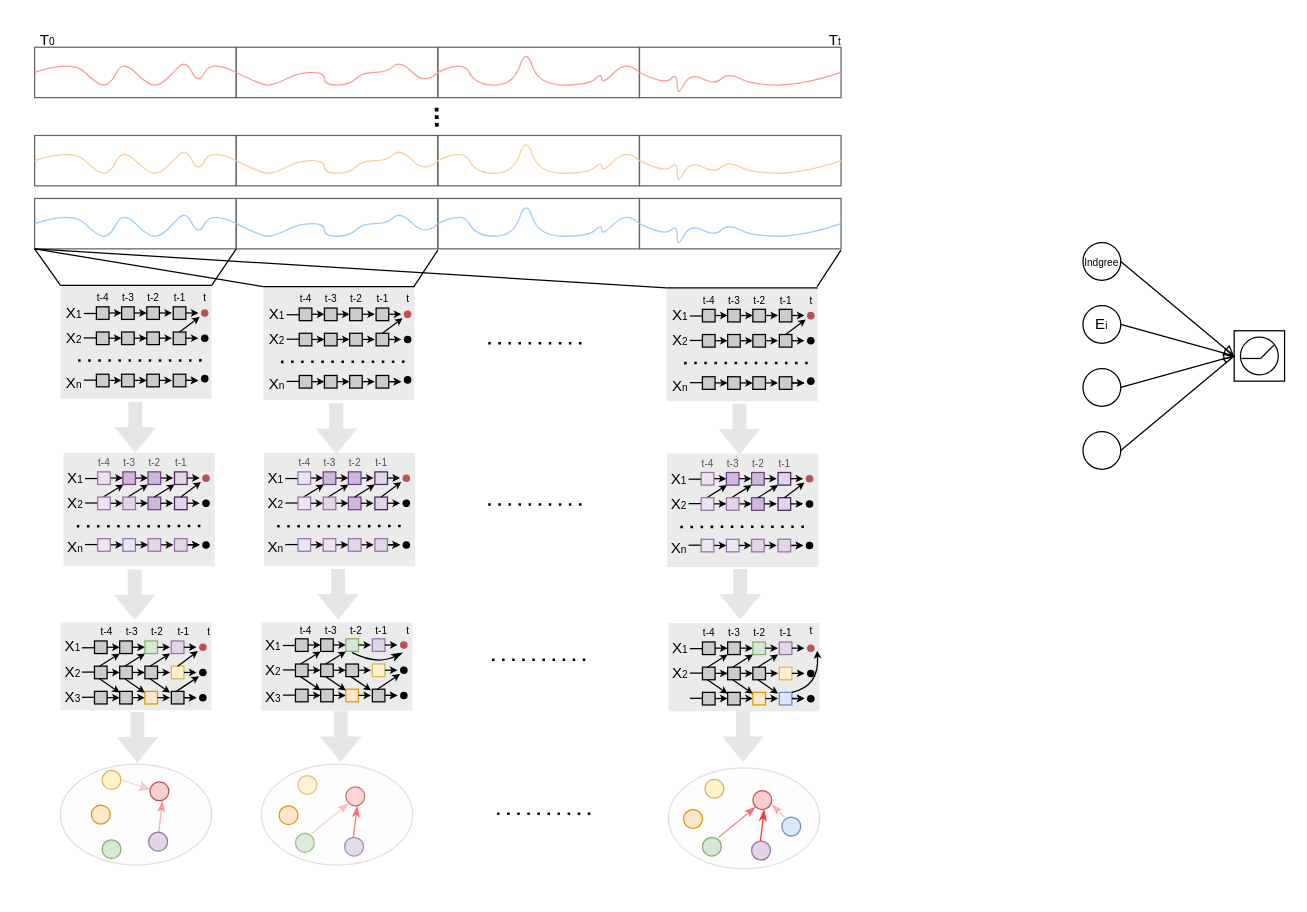
Earlier version of the draw.io diagram Causal.drawio (hzb29/hzb29). Source tidied: cells renumbered, new cells numbered last; positions are measured from the earlier drawing's top-left corner, leaving out a move shared by most shapes. Both pictures are drawn from the tidied source at 126%, with x=0, y=0 at pixel (21, 21).
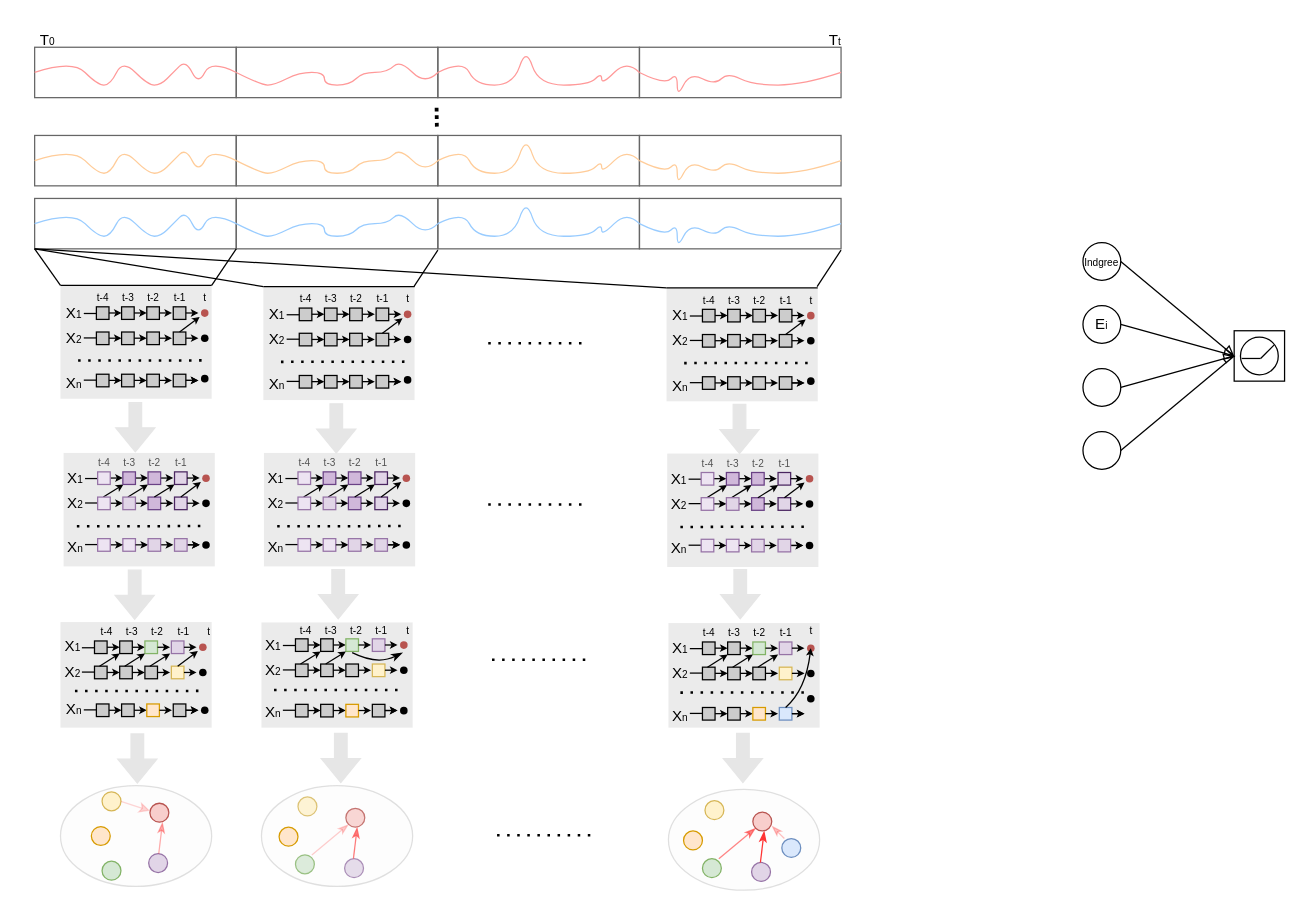
The same page after the edit.

The change refers to these unchanged cells:
```xml
<mxCell id="137" style="shape=waypoint;sketch=0;size=6;points=[];fillColor=#f8cecc;perimeter=centerPerimeter;snapToPoint=1;strokeColor=#b85450;" parent="1" vertex="1">
  <mxGeometry x="616" y="487" width="20" height="20" as="geometry" />
</mxCell>
```

Change to the diagram source:
```diff
@@
     <mxCell id="10" style="rounded=0;whiteSpace=wrap;html=1;strokeColor=none;fillColor=#CCCCCC;gradientColor=none;gradientDirection=north;opacity=40;" parent="1" vertex="1">
-      <mxGeometry x="30.5" y="476.2" width="120" height="70" as="geometry" />
+      <mxGeometry x="30.5" y="476.2" width="120" height="83.8" as="geometry" />
     </mxCell>
@@
     <mxCell id="17" style="rounded=0;whiteSpace=wrap;html=1;fillColor=#CCCCCC;" parent="1" vertex="1">
-      <mxGeometry x="57.5" y="531.2" width="10" height="10" as="geometry" />
+      <mxGeometry x="59" y="541.2" width="10" height="10" as="geometry" />
     </mxCell>
     <mxCell id="18" style="rounded=0;whiteSpace=wrap;html=1;fillColor=#CCCCCC;" parent="1" vertex="1">
-      <mxGeometry x="77.5" y="531.2" width="10" height="10" as="geometry" />
+      <mxGeometry x="79" y="541.2" width="10" height="10" as="geometry" />
     </mxCell>
     <mxCell id="19" style="rounded=0;whiteSpace=wrap;html=1;fillColor=#CCCCCC;strokeColor=#000000;" parent="1" vertex="1">
-      <mxGeometry x="118.5" y="531.2" width="10" height="10" as="geometry" />
+      <mxGeometry x="120" y="541.2" width="10" height="10" as="geometry" />
     </mxCell>
@@
     <mxCell id="22" style="endArrow=classic;html=1;rounded=0;endSize=3;startSize=3;" parent="1" edge="1">
       <mxGeometry relative="1" as="geometry">
-        <mxPoint x="128.5" y="536.2" as="sourcePoint" />
-        <mxPoint x="138.5" y="536.2" as="targetPoint" />
+        <mxPoint x="130" y="546.2" as="sourcePoint" />
+        <mxPoint x="140" y="546.2" as="targetPoint" />
       </mxGeometry>
     </mxCell>
@@
     <mxCell id="27" style="endArrow=classic;html=1;rounded=0;endSize=3;startSize=3;" parent="1" edge="1">
       <mxGeometry relative="1" as="geometry">
-        <mxPoint x="87.5" y="536.2" as="sourcePoint" />
-        <mxPoint x="97.5" y="536.2" as="targetPoint" />
+        <mxPoint x="89" y="546.2" as="sourcePoint" />
+        <mxPoint x="99" y="546.2" as="targetPoint" />
       </mxGeometry>
     </mxCell>
     <mxCell id="28" style="endArrow=classic;html=1;rounded=0;endSize=3;startSize=3;" parent="1" edge="1">
       <mxGeometry relative="1" as="geometry">
-        <mxPoint x="67.5" y="536.2" as="sourcePoint" />
-        <mxPoint x="77.5" y="536.2" as="targetPoint" />
+        <mxPoint x="69" y="546.2" as="sourcePoint" />
+        <mxPoint x="79" y="546.2" as="targetPoint" />
       </mxGeometry>
     </mxCell>
     <mxCell id="29" style="endArrow=classic;html=1;rounded=0;endSize=3;startSize=3;" parent="1" edge="1">
       <mxGeometry relative="1" as="geometry">
-        <mxPoint x="128.5" y="536.2" as="sourcePoint" />
-        <mxPoint x="138.5" y="536.2" as="targetPoint" />
+        <mxPoint x="130" y="546.2" as="sourcePoint" />
+        <mxPoint x="140" y="546.2" as="targetPoint" />
       </mxGeometry>
     </mxCell>
@@
     <mxCell id="36" style="rounded=0;whiteSpace=wrap;html=1;fillColor=#ffe6cc;strokeColor=#d79b00;" parent="1" vertex="1">
-      <mxGeometry x="97.5" y="531.2" width="10" height="10" as="geometry" />
+      <mxGeometry x="99" y="541.2" width="10" height="10" as="geometry" />
     </mxCell>
@@
     <mxCell id="39" style="endArrow=classic;html=1;rounded=0;endSize=3;startSize=3;" parent="1" edge="1">
       <mxGeometry relative="1" as="geometry">
-        <mxPoint x="107.5" y="536.2" as="sourcePoint" />
-        <mxPoint x="117.5" y="536.2" as="targetPoint" />
+        <mxPoint x="109" y="546.2" as="sourcePoint" />
+        <mxPoint x="119" y="546.2" as="targetPoint" />
       </mxGeometry>
     </mxCell>
@@
-    <mxCell id="42" value="X&lt;font style=&quot;font-size: 8px;&quot;&gt;3&lt;/font&gt;" style="text;html=1;align=center;verticalAlign=middle;strokeColor=none;fillColor=none;" parent="1" vertex="1">
-      <mxGeometry x="19.5" y="521.2" width="40" height="30" as="geometry" />
+    <mxCell id="42" value="X&lt;span style=&quot;font-size: 8px;&quot;&gt;n&lt;/span&gt;" style="text;html=1;align=center;verticalAlign=middle;strokeColor=none;fillColor=none;" parent="1" vertex="1">
+      <mxGeometry x="21" y="531.2" width="40" height="30" as="geometry" />
     </mxCell>
@@
     <mxCell id="49" style="shape=waypoint;sketch=0;size=6;fillColor=none;perimeter=centerPerimeter;" parent="1" vertex="1">
-      <mxGeometry x="133.5" y="526.2" width="20" height="20" as="geometry" />
+      <mxGeometry x="135" y="536.2" width="20" height="20" as="geometry" />
     </mxCell>
@@
     <mxCell id="52" style="endArrow=none;html=1;rounded=0;" parent="1" edge="1">
       <mxGeometry relative="1" as="geometry">
-        <mxPoint x="47.5" y="535.9" as="sourcePoint" />
-        <mxPoint x="57.5" y="535.9" as="targetPoint" />
+        <mxPoint x="49" y="545.9" as="sourcePoint" />
+        <mxPoint x="59" y="545.9" as="targetPoint" />
       </mxGeometry>
     </mxCell>
@@
-    <mxCell id="68" style="endArrow=classic;html=1;rounded=0;endSize=3;startSize=3;exitX=0.5;exitY=0;exitDx=0;exitDy=0;" parent="1" edge="1">
-      <mxGeometry relative="1" as="geometry">
-        <mxPoint x="61.5" y="521.2" as="sourcePoint" />
-        <mxPoint x="77.5" y="532.2" as="targetPoint" />
-      </mxGeometry>
-    </mxCell>
-    <mxCell id="69" style="endArrow=classic;html=1;rounded=0;endSize=3;startSize=3;exitX=0.5;exitY=0;exitDx=0;exitDy=0;" parent="1" edge="1">
-      <mxGeometry relative="1" as="geometry">
-        <mxPoint x="81.5" y="521.2" as="sourcePoint" />
-        <mxPoint x="97.5" y="532.2" as="targetPoint" />
-      </mxGeometry>
-    </mxCell>
-    <mxCell id="70" style="endArrow=classic;html=1;rounded=0;endSize=3;startSize=3;exitX=0.5;exitY=0;exitDx=0;exitDy=0;" parent="1" edge="1">
-      <mxGeometry relative="1" as="geometry">
-        <mxPoint x="101.5" y="521.2" as="sourcePoint" />
-        <mxPoint x="117.5" y="532.2" as="targetPoint" />
-      </mxGeometry>
-    </mxCell>
-    <mxCell id="71" style="endArrow=classic;html=1;rounded=0;endSize=3;startSize=3;exitX=0.5;exitY=0;exitDx=0;exitDy=0;" parent="1" edge="1">
-      <mxGeometry relative="1" as="geometry">
-        <mxPoint x="122.5" y="531.2" as="sourcePoint" />
-        <mxPoint x="140.5" y="519.2" as="targetPoint" />
-      </mxGeometry>
-    </mxCell>
     <mxCell id="72" style="rounded=0;whiteSpace=wrap;html=1;strokeColor=none;fillColor=#CCCCCC;gradientColor=none;gradientDirection=north;opacity=40;" parent="1" vertex="1">
-      <mxGeometry x="190" y="476.5" width="120" height="70" as="geometry" />
+      <mxGeometry x="190" y="476.5" width="120" height="83.5" as="geometry" />
     </mxCell>
@@
     <mxCell id="79" style="rounded=0;whiteSpace=wrap;html=1;fillColor=#CCCCCC;" parent="1" vertex="1">
-      <mxGeometry x="217" y="529.5" width="10" height="10" as="geometry" />
+      <mxGeometry x="217" y="541.5" width="10" height="10" as="geometry" />
     </mxCell>
     <mxCell id="80" style="rounded=0;whiteSpace=wrap;html=1;fillColor=#CCCCCC;" parent="1" vertex="1">
-      <mxGeometry x="237" y="529.5" width="10" height="10" as="geometry" />
+      <mxGeometry x="237" y="541.5" width="10" height="10" as="geometry" />
     </mxCell>
     <mxCell id="81" style="rounded=0;whiteSpace=wrap;html=1;fillColor=#CCCCCC;strokeColor=#000000;" parent="1" vertex="1">
-      <mxGeometry x="278" y="529.5" width="10" height="10" as="geometry" />
+      <mxGeometry x="278" y="541.5" width="10" height="10" as="geometry" />
     </mxCell>
@@
     <mxCell id="84" style="endArrow=classic;html=1;rounded=0;endSize=3;startSize=3;" parent="1" edge="1">
       <mxGeometry relative="1" as="geometry">
-        <mxPoint x="288" y="534.4" as="sourcePoint" />
-        <mxPoint x="298" y="534.4" as="targetPoint" />
+        <mxPoint x="288" y="546.4" as="sourcePoint" />
+        <mxPoint x="298" y="546.4" as="targetPoint" />
       </mxGeometry>
     </mxCell>
@@
     <mxCell id="89" style="endArrow=classic;html=1;rounded=0;endSize=3;startSize=3;" parent="1" edge="1">
       <mxGeometry relative="1" as="geometry">
-        <mxPoint x="247" y="534.4" as="sourcePoint" />
-        <mxPoint x="257" y="534.4" as="targetPoint" />
+        <mxPoint x="247" y="546.4" as="sourcePoint" />
+        <mxPoint x="257" y="546.4" as="targetPoint" />
       </mxGeometry>
     </mxCell>
     <mxCell id="90" style="endArrow=classic;html=1;rounded=0;endSize=3;startSize=3;" parent="1" edge="1">
       <mxGeometry relative="1" as="geometry">
-        <mxPoint x="227" y="534.4" as="sourcePoint" />
-        <mxPoint x="237" y="534.4" as="targetPoint" />
+        <mxPoint x="227" y="546.4" as="sourcePoint" />
+        <mxPoint x="237" y="546.4" as="targetPoint" />
       </mxGeometry>
     </mxCell>
     <mxCell id="91" style="endArrow=classic;html=1;rounded=0;endSize=3;startSize=3;" parent="1" edge="1">
       <mxGeometry relative="1" as="geometry">
-        <mxPoint x="288" y="534.4" as="sourcePoint" />
-        <mxPoint x="298" y="534.4" as="targetPoint" />
+        <mxPoint x="288" y="546.4" as="sourcePoint" />
+        <mxPoint x="298" y="546.4" as="targetPoint" />
       </mxGeometry>
     </mxCell>
@@
     <mxCell id="95" style="rounded=0;whiteSpace=wrap;html=1;fillColor=#ffe6cc;strokeColor=#d79b00;" parent="1" vertex="1">
-      <mxGeometry x="257" y="529.5" width="10" height="10" as="geometry" />
+      <mxGeometry x="257" y="541.5" width="10" height="10" as="geometry" />
     </mxCell>
@@
     <mxCell id="98" style="endArrow=classic;html=1;rounded=0;endSize=3;startSize=3;" parent="1" edge="1">
       <mxGeometry relative="1" as="geometry">
-        <mxPoint x="267" y="534.4" as="sourcePoint" />
-        <mxPoint x="277" y="534.4" as="targetPoint" />
+        <mxPoint x="267" y="546.4" as="sourcePoint" />
+        <mxPoint x="277" y="546.4" as="targetPoint" />
       </mxGeometry>
     </mxCell>
@@
     <mxCell id="103" style="shape=waypoint;sketch=0;size=6;fillColor=none;perimeter=centerPerimeter;" parent="1" vertex="1">
-      <mxGeometry x="293" y="524.5" width="20" height="20" as="geometry" />
+      <mxGeometry x="293" y="536.5" width="20" height="20" as="geometry" />
     </mxCell>
@@
     <mxCell id="106" style="endArrow=none;html=1;rounded=0;" parent="1" edge="1">
       <mxGeometry relative="1" as="geometry">
-        <mxPoint x="207" y="534.2" as="sourcePoint" />
-        <mxPoint x="217" y="534.2" as="targetPoint" />
+        <mxPoint x="207" y="546.2" as="sourcePoint" />
+        <mxPoint x="217" y="546.2" as="targetPoint" />
       </mxGeometry>
     </mxCell>
@@
-    <mxCell id="113" style="endArrow=classic;html=1;rounded=0;endSize=3;startSize=3;exitX=0.5;exitY=0;exitDx=0;exitDy=0;" parent="1" edge="1">
-      <mxGeometry relative="1" as="geometry">
-        <mxPoint x="221" y="519.5" as="sourcePoint" />
-        <mxPoint x="237" y="530.5" as="targetPoint" />
-      </mxGeometry>
-    </mxCell>
-    <mxCell id="114" style="endArrow=classic;html=1;rounded=0;endSize=3;startSize=3;exitX=0.5;exitY=0;exitDx=0;exitDy=0;" parent="1" edge="1">
-      <mxGeometry relative="1" as="geometry">
-        <mxPoint x="241" y="519.5" as="sourcePoint" />
-        <mxPoint x="257" y="530.5" as="targetPoint" />
-      </mxGeometry>
-    </mxCell>
-    <mxCell id="115" style="endArrow=classic;html=1;rounded=0;endSize=3;startSize=3;exitX=0.5;exitY=0;exitDx=0;exitDy=0;" parent="1" edge="1">
-      <mxGeometry relative="1" as="geometry">
-        <mxPoint x="261" y="519.5" as="sourcePoint" />
-        <mxPoint x="277" y="530.5" as="targetPoint" />
-      </mxGeometry>
-    </mxCell>
-    <mxCell id="116" style="endArrow=classic;html=1;rounded=0;endSize=3;startSize=3;exitX=0.5;exitY=0;exitDx=0;exitDy=0;" parent="1" edge="1">
-      <mxGeometry relative="1" as="geometry">
-        <mxPoint x="282" y="529.5" as="sourcePoint" />
-        <mxPoint x="300" y="517.5" as="targetPoint" />
-      </mxGeometry>
-    </mxCell>
     <mxCell id="117" style="rounded=0;whiteSpace=wrap;html=1;strokeColor=none;fillColor=#CCCCCC;gradientColor=none;gradientDirection=north;opacity=40;" parent="1" vertex="1">
-      <mxGeometry x="513" y="477" width="120" height="70" as="geometry" />
+      <mxGeometry x="513" y="477" width="120" height="83" as="geometry" />
     </mxCell>
@@
     <mxCell id="124" style="rounded=0;whiteSpace=wrap;html=1;fillColor=#CCCCCC;" parent="1" vertex="1">
-      <mxGeometry x="540" y="532" width="10" height="10" as="geometry" />
+      <mxGeometry x="540" y="544" width="10" height="10" as="geometry" />
     </mxCell>
     <mxCell id="125" style="rounded=0;whiteSpace=wrap;html=1;fillColor=#CCCCCC;" parent="1" vertex="1">
-      <mxGeometry x="560" y="532" width="10" height="10" as="geometry" />
+      <mxGeometry x="560" y="544" width="10" height="10" as="geometry" />
     </mxCell>
     <mxCell id="126" style="rounded=0;whiteSpace=wrap;html=1;fillColor=#dae8fc;strokeColor=#6c8ebf;" parent="1" vertex="1">
-      <mxGeometry x="601" y="532" width="10" height="10" as="geometry" />
+      <mxGeometry x="601" y="544" width="10" height="10" as="geometry" />
     </mxCell>
@@
     <mxCell id="129" style="endArrow=classic;html=1;rounded=0;endSize=3;startSize=3;" parent="1" edge="1">
       <mxGeometry relative="1" as="geometry">
-        <mxPoint x="611" y="536.9" as="sourcePoint" />
-        <mxPoint x="621" y="536.9" as="targetPoint" />
+        <mxPoint x="611" y="548.9" as="sourcePoint" />
+        <mxPoint x="621" y="548.9" as="targetPoint" />
       </mxGeometry>
     </mxCell>
@@
     <mxCell id="134" style="endArrow=classic;html=1;rounded=0;endSize=3;startSize=3;" parent="1" edge="1">
       <mxGeometry relative="1" as="geometry">
-        <mxPoint x="570" y="536.9" as="sourcePoint" />
-        <mxPoint x="580" y="536.9" as="targetPoint" />
+        <mxPoint x="570" y="548.9" as="sourcePoint" />
+        <mxPoint x="580" y="548.9" as="targetPoint" />
       </mxGeometry>
     </mxCell>
     <mxCell id="135" style="endArrow=classic;html=1;rounded=0;endSize=3;startSize=3;" parent="1" edge="1">
       <mxGeometry relative="1" as="geometry">
-        <mxPoint x="550" y="536.9" as="sourcePoint" />
-        <mxPoint x="560" y="536.9" as="targetPoint" />
+        <mxPoint x="550" y="548.9" as="sourcePoint" />
+        <mxPoint x="560" y="548.9" as="targetPoint" />
       </mxGeometry>
     </mxCell>
     <mxCell id="136" style="endArrow=classic;html=1;rounded=0;endSize=3;startSize=3;" parent="1" edge="1">
       <mxGeometry relative="1" as="geometry">
-        <mxPoint x="611" y="536.9" as="sourcePoint" />
-        <mxPoint x="621" y="536.9" as="targetPoint" />
+        <mxPoint x="611" y="548.9" as="sourcePoint" />
+        <mxPoint x="621" y="548.9" as="targetPoint" />
       </mxGeometry>
     </mxCell>
@@
     <mxCell id="140" style="rounded=0;whiteSpace=wrap;html=1;fillColor=#ffe6cc;strokeColor=#d79b00;" parent="1" vertex="1">
-      <mxGeometry x="580" y="532" width="10" height="10" as="geometry" />
+      <mxGeometry x="580" y="544" width="10" height="10" as="geometry" />
     </mxCell>
@@
     <mxCell id="143" style="endArrow=classic;html=1;rounded=0;endSize=3;startSize=3;" parent="1" edge="1">
       <mxGeometry relative="1" as="geometry">
-        <mxPoint x="590" y="536.9" as="sourcePoint" />
-        <mxPoint x="600" y="536.9" as="targetPoint" />
+        <mxPoint x="590" y="548.9" as="sourcePoint" />
+        <mxPoint x="600" y="548.9" as="targetPoint" />
       </mxGeometry>
     </mxCell>
@@
     <mxCell id="151" style="endArrow=none;html=1;rounded=0;" parent="1" edge="1">
       <mxGeometry relative="1" as="geometry">
-        <mxPoint x="530" y="536.7" as="sourcePoint" />
-        <mxPoint x="540" y="536.7" as="targetPoint" />
+        <mxPoint x="530" y="548.7" as="sourcePoint" />
+        <mxPoint x="540" y="548.7" as="targetPoint" />
       </mxGeometry>
     </mxCell>
@@
-    <mxCell id="159" style="endArrow=classic;html=1;rounded=0;endSize=3;startSize=3;exitX=0.5;exitY=0;exitDx=0;exitDy=0;" parent="1" edge="1">
-      <mxGeometry relative="1" as="geometry">
-        <mxPoint x="544" y="522" as="sourcePoint" />
-        <mxPoint x="560" y="533" as="targetPoint" />
-      </mxGeometry>
-    </mxCell>
-    <mxCell id="160" style="endArrow=classic;html=1;rounded=0;endSize=3;startSize=3;exitX=0.5;exitY=0;exitDx=0;exitDy=0;" parent="1" edge="1">
-      <mxGeometry relative="1" as="geometry">
-        <mxPoint x="564" y="522" as="sourcePoint" />
-        <mxPoint x="580" y="533" as="targetPoint" />
-      </mxGeometry>
-    </mxCell>
-    <mxCell id="161" style="endArrow=classic;html=1;rounded=0;endSize=3;startSize=3;exitX=0.5;exitY=0;exitDx=0;exitDy=0;" parent="1" edge="1">
-      <mxGeometry relative="1" as="geometry">
-        <mxPoint x="584" y="522" as="sourcePoint" />
-        <mxPoint x="600" y="533" as="targetPoint" />
-      </mxGeometry>
-    </mxCell>
@@
-    <mxCell id="163" style="curved=1;endArrow=classic;html=1;rounded=0;endSize=3;" parent="1" edge="1">
+    <mxCell id="163" style="curved=1;endArrow=classic;html=1;rounded=0;endSize=3;exitX=0.5;exitY=0;exitDx=0;exitDy=0;entryX=0.403;entryY=0.829;entryDx=0;entryDy=0;entryPerimeter=0;" parent="1" edge="1" source="126" target="137">
       <mxGeometry relative="1" as="geometry">
-        <mxPoint x="611" y="532" as="sourcePoint" />
-        <mxPoint x="631" y="499" as="targetPoint" />
         <Array as="points">
-          <mxPoint x="633" y="527" />
+          <mxPoint x="622" y="530" />
         </Array>
       </mxGeometry>
     </mxCell>
     <mxCell id="164" style="group;" parent="1" vertex="1">
-      <mxGeometry x="190" y="589" width="120" height="80" as="geometry" />
+      <mxGeometry x="190" y="606" width="120" height="80" as="geometry" />
     </mxCell>
@@
     <mxCell id="173" style="group;" parent="1" vertex="1">
-      <mxGeometry x="513" y="592" width="120" height="80" as="geometry" />
+      <mxGeometry x="513" y="609" width="120" height="80" as="geometry" />
     </mxCell>
@@
-    <mxCell id="231" value="X&lt;font style=&quot;font-size: 8px;&quot;&gt;3&lt;/font&gt;" style="text;html=1;align=center;verticalAlign=middle;strokeColor=none;fillColor=none;" parent="1" vertex="1">
-      <mxGeometry x="179" y="521.2" width="40" height="30" as="geometry" />
+    <mxCell id="231" value="X&lt;span style=&quot;font-size: 8px;&quot;&gt;n&lt;/span&gt;" style="text;html=1;align=center;verticalAlign=middle;strokeColor=none;fillColor=none;" parent="1" vertex="1">
+      <mxGeometry x="179" y="533.2" width="40" height="30" as="geometry" />
     </mxCell>
     <mxCell id="232" style="group;" parent="1" vertex="1">
-      <mxGeometry x="30.5" y="589" width="120" height="80" as="geometry" />
+      <mxGeometry x="30.5" y="606" width="120" height="80" as="geometry" />
     </mxCell>
@@
     <mxCell id="241" style="endArrow=none;dashed=1;html=1;dashPattern=1 3;strokeWidth=2;rounded=0;" parent="1" edge="1">
       <mxGeometry relative="1" as="geometry">
-        <mxPoint x="377" y="628.4" as="sourcePoint" />
-        <mxPoint x="457" y="628.4" as="targetPoint" />
+        <mxPoint x="377" y="645.4" as="sourcePoint" />
+        <mxPoint x="457" y="645.4" as="targetPoint" />
       </mxGeometry>
     </mxCell>
@@
     <mxCell id="497" style="shape=flexArrow;endArrow=classic;html=1;rounded=0;strokeColor=#E6E6E6;fillColor=#E6E6E6;" parent="1" edge="1">
       <mxGeometry relative="1" as="geometry">
-        <mxPoint x="91.5" y="547.5" as="sourcePoint" />
-        <mxPoint x="91.5" y="587.5" as="targetPoint" />
+        <mxPoint x="91.5" y="564.5" as="sourcePoint" />
+        <mxPoint x="91.5" y="604.5" as="targetPoint" />
       </mxGeometry>
     </mxCell>
     <mxCell id="498" style="shape=flexArrow;endArrow=classic;html=1;rounded=0;strokeColor=#E6E6E6;fillColor=#E6E6E6;" parent="1" edge="1">
       <mxGeometry relative="1" as="geometry">
-        <mxPoint x="253" y="547" as="sourcePoint" />
-        <mxPoint x="253" y="587" as="targetPoint" />
+        <mxPoint x="253" y="564" as="sourcePoint" />
+        <mxPoint x="253" y="604" as="targetPoint" />
       </mxGeometry>
     </mxCell>
     <mxCell id="499" style="shape=flexArrow;endArrow=classic;html=1;rounded=0;strokeColor=#E6E6E6;fillColor=#E6E6E6;" parent="1" edge="1">
       <mxGeometry relative="1" as="geometry">
-        <mxPoint x="572.1" y="547" as="sourcePoint" />
-        <mxPoint x="572.1" y="587" as="targetPoint" />
+        <mxPoint x="572.1" y="564" as="sourcePoint" />
+        <mxPoint x="572.1" y="604" as="targetPoint" />
       </mxGeometry>
     </mxCell>
+    <mxCell id="500" style="endArrow=none;dashed=1;html=1;dashPattern=1 3;strokeWidth=2;rounded=0;exitX=0.425;exitY=-0.078;exitDx=0;exitDy=0;exitPerimeter=0;" parent="1" edge="1">
+      <mxGeometry relative="1" as="geometry">
+        <mxPoint x="42" y="531" as="sourcePoint" />
+        <mxPoint x="145" y="530.8" as="targetPoint" />
+      </mxGeometry>
+    </mxCell>
+    <mxCell id="501" style="endArrow=none;dashed=1;html=1;dashPattern=1 3;strokeWidth=2;rounded=0;exitX=0.425;exitY=-0.078;exitDx=0;exitDy=0;exitPerimeter=0;" parent="1" edge="1">
+      <mxGeometry relative="1" as="geometry">
+        <mxPoint x="200" y="530.2" as="sourcePoint" />
+        <mxPoint x="303" y="530.1" as="targetPoint" />
+      </mxGeometry>
+    </mxCell>
+    <mxCell id="502" value="X&lt;span style=&quot;font-size: 8px;&quot;&gt;n&lt;/span&gt;" style="text;html=1;align=center;verticalAlign=middle;strokeColor=none;fillColor=none;" parent="1" vertex="1">
+      <mxGeometry x="502" y="536.2" width="40" height="30" as="geometry" />
+    </mxCell>
+    <mxCell id="503" style="endArrow=none;dashed=1;html=1;dashPattern=1 3;strokeWidth=2;rounded=0;exitX=0.425;exitY=-0.078;exitDx=0;exitDy=0;exitPerimeter=0;" parent="1" edge="1">
+      <mxGeometry relative="1" as="geometry">
+        <mxPoint x="522.5" y="532.2" as="sourcePoint" />
+        <mxPoint x="625.5" y="532.1" as="targetPoint" />
+      </mxGeometry>
+    </mxCell>
```
